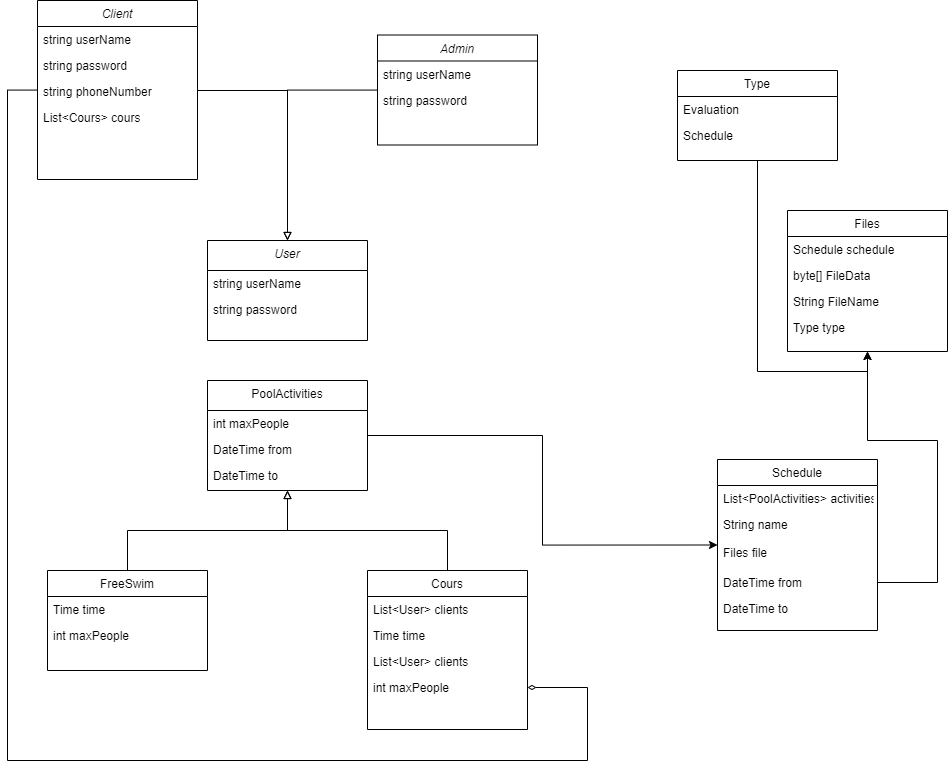
The draw.io diagram UML.drawio.png in CaptainMehdi/ProjetFinal, before a commit. Source tidied: cells renumbered, new cells last; positions are measured from the earlier drawing's top-left corner, leaving out a move shared by most shapes.
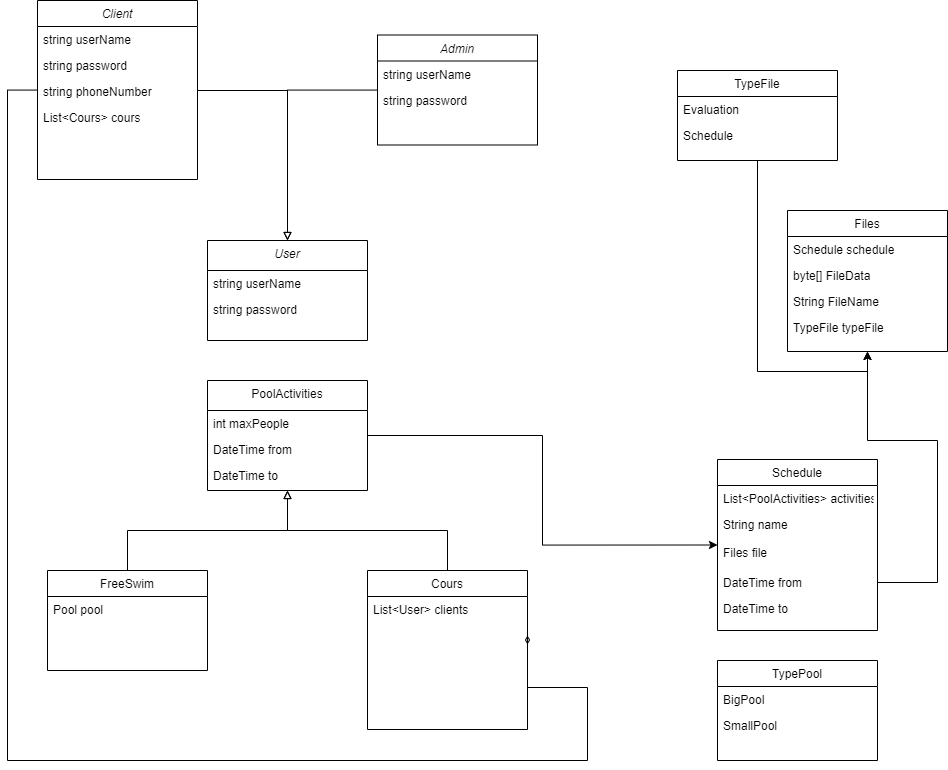
Above is the later version.

Commit message:
Mettre à jour UML.drawio.png

The edit, as a diff of the source:
```diff
@@ -20,27 +20,15 @@
     <mxCell id="7" value="List&lt;User&gt; clients" style="text;align=left;verticalAlign=top;spacingLeft=4;spacingRight=4;overflow=hidden;rounded=0;shadow=0;html=0;" parent="6" vertex="1">
       <mxGeometry y="26" width="160" height="26" as="geometry" />
     </mxCell>
-    <mxCell id="8" value="Time time" style="text;align=left;verticalAlign=top;spacingLeft=4;spacingRight=4;overflow=hidden;rounded=0;shadow=0;html=0;" parent="6" vertex="1">
-      <mxGeometry y="52" width="160" height="26" as="geometry" />
-    </mxCell>
-    <mxCell id="9" value="List&lt;User&gt; clients" style="text;align=left;verticalAlign=top;spacingLeft=4;spacingRight=4;overflow=hidden;rounded=0;shadow=0;html=0;" parent="6" vertex="1">
-      <mxGeometry y="78" width="160" height="26" as="geometry" />
-    </mxCell>
-    <mxCell id="10" value="int maxPeople" style="text;align=left;verticalAlign=top;spacingLeft=4;spacingRight=4;overflow=hidden;points=[[0,0.5],[1,0.5]];portConstraint=eastwest;rounded=0;shadow=0;html=0;" parent="6" vertex="1">
-      <mxGeometry y="104" width="160" height="26" as="geometry" />
-    </mxCell>
     <mxCell id="11" style="edgeStyle=orthogonalEdgeStyle;rounded=0;jettySize=auto;html=1;entryX=0.5;entryY=1;entryDx=0;entryDy=0;endArrow=block;endFill=0;" parent="1" edge="1" source="12" target="16">
       <mxGeometry relative="1" as="geometry" />
     </mxCell>
     <mxCell id="12" value="FreeSwim" style="swimlane;fontStyle=0;align=center;verticalAlign=top;horizontal=1;startSize=26;rounded=0;shadow=0;strokeWidth=1;" parent="1" vertex="1">
       <mxGeometry x="40" y="570" width="160" height="100" as="geometry" />
     </mxCell>
-    <mxCell id="13" value="Time time" style="text;align=left;verticalAlign=top;spacingLeft=4;spacingRight=4;overflow=hidden;rounded=0;shadow=0;html=0;" parent="12" vertex="1">
-      <mxGeometry y="26" width="160" height="26" as="geometry" />
-    </mxCell>
-    <mxCell id="14" value="int maxPeople" style="text;align=left;verticalAlign=top;spacingLeft=4;spacingRight=4;overflow=hidden;rounded=0;shadow=0;html=0;" parent="12" vertex="1">
-      <mxGeometry y="52" width="160" height="26" as="geometry" />
-    </mxCell>
+    <mxCell id="47" value="Pool pool" style="text;align=left;verticalAlign=top;spacingLeft=4;spacingRight=4;overflow=hidden;rounded=0;shadow=0;html=0;" parent="12" vertex="1">
+      <mxGeometry y="26" width="160" height="26" as="geometry" />
+    </mxCell>
     <mxCell id="15" style="edgeStyle=orthogonalEdgeStyle;rounded=0;jettySize=auto;html=1;entryX=0;entryY=0.5;entryDx=0;entryDy=0;" parent="1" edge="1" source="16" target="20">
       <mxGeometry relative="1" as="geometry" />
     </mxCell>
@@ -74,8 +62,9 @@
     <mxCell id="25" value="DateTime to" style="text;align=left;verticalAlign=top;spacingLeft=4;spacingRight=4;overflow=hidden;rounded=0;shadow=0;html=0;" parent="20" vertex="1">
       <mxGeometry y="136" width="160" height="28" as="geometry" />
     </mxCell>
-    <mxCell id="26" style="edgeStyle=orthogonalEdgeStyle;rounded=0;jettySize=auto;html=1;entryX=1;entryY=0.5;entryDx=0;entryDy=0;endArrow=diamondThin;endFill=0;" parent="1" edge="1" source="27" target="10">
+    <mxCell id="26" style="edgeStyle=orthogonalEdgeStyle;rounded=0;jettySize=auto;html=1;entryX=1;entryY=0.5;entryDx=0;entryDy=0;endArrow=diamondThin;endFill=0;" parent="1" edge="1" source="27">
       <mxGeometry relative="1" as="geometry">
+        <mxPoint x="520" y="635" as="targetPoint" />
         <Array as="points">
           <mxPoint y="90" />
           <mxPoint y="760" />
@@ -123,7 +112,7 @@
     <mxCell id="39" value="String FileName" style="text;align=left;verticalAlign=top;spacingLeft=4;spacingRight=4;overflow=hidden;rounded=0;shadow=0;html=0;" parent="36" vertex="1">
       <mxGeometry y="78" width="160" height="26" as="geometry" />
     </mxCell>
-    <mxCell id="40" value="Type type" style="text;align=left;verticalAlign=top;spacingLeft=4;spacingRight=4;overflow=hidden;rounded=0;shadow=0;html=0;" parent="36" vertex="1">
+    <mxCell id="40" value="TypeFile typeFile" style="text;align=left;verticalAlign=top;spacingLeft=4;spacingRight=4;overflow=hidden;rounded=0;shadow=0;html=0;" parent="36" vertex="1">
       <mxGeometry y="104" width="160" height="26" as="geometry" />
     </mxCell>
     <mxCell id="41" style="edgeStyle=orthogonalEdgeStyle;rounded=0;jettySize=auto;html=1;" parent="1" edge="1" source="24" target="36">
@@ -138,7 +127,7 @@
     <mxCell id="42" style="edgeStyle=orthogonalEdgeStyle;rounded=0;jettySize=auto;html=1;entryX=0.5;entryY=1;entryDx=0;entryDy=0;" parent="1" edge="1" source="43" target="36">
       <mxGeometry relative="1" as="geometry" />
     </mxCell>
-    <mxCell id="43" value="Type" style="swimlane;fontStyle=0;align=center;verticalAlign=top;horizontal=1;startSize=26;rounded=0;shadow=0;strokeWidth=1;" parent="1" vertex="1">
+    <mxCell id="43" value="TypeFile" style="swimlane;fontStyle=0;align=center;verticalAlign=top;horizontal=1;startSize=26;rounded=0;shadow=0;strokeWidth=1;" parent="1" vertex="1">
       <mxGeometry x="670" y="70" width="160" height="90" as="geometry" />
     </mxCell>
     <mxCell id="44" value="Evaluation" style="text;align=left;verticalAlign=top;spacingLeft=4;spacingRight=4;overflow=hidden;rounded=0;shadow=0;html=0;" parent="43" vertex="1">
@@ -154,5 +143,14 @@
         </Array>
       </mxGeometry>
     </mxCell>
+    <mxCell id="48" value="TypePool" style="swimlane;fontStyle=0;align=center;verticalAlign=top;horizontal=1;startSize=26;rounded=0;shadow=0;strokeWidth=1;" parent="1" vertex="1">
+      <mxGeometry x="710" y="660" width="160" height="100" as="geometry" />
+    </mxCell>
+    <mxCell id="49" value="BigPool" style="text;align=left;verticalAlign=top;spacingLeft=4;spacingRight=4;overflow=hidden;rounded=0;shadow=0;html=0;" parent="48" vertex="1">
+      <mxGeometry y="26" width="160" height="26" as="geometry" />
+    </mxCell>
+    <mxCell id="50" value="SmallPool" style="text;align=left;verticalAlign=top;spacingLeft=4;spacingRight=4;overflow=hidden;rounded=0;shadow=0;html=0;" parent="48" vertex="1">
+      <mxGeometry y="52" width="160" height="26" as="geometry" />
+    </mxCell>
   </root>
 </mxGraphModel>
```
